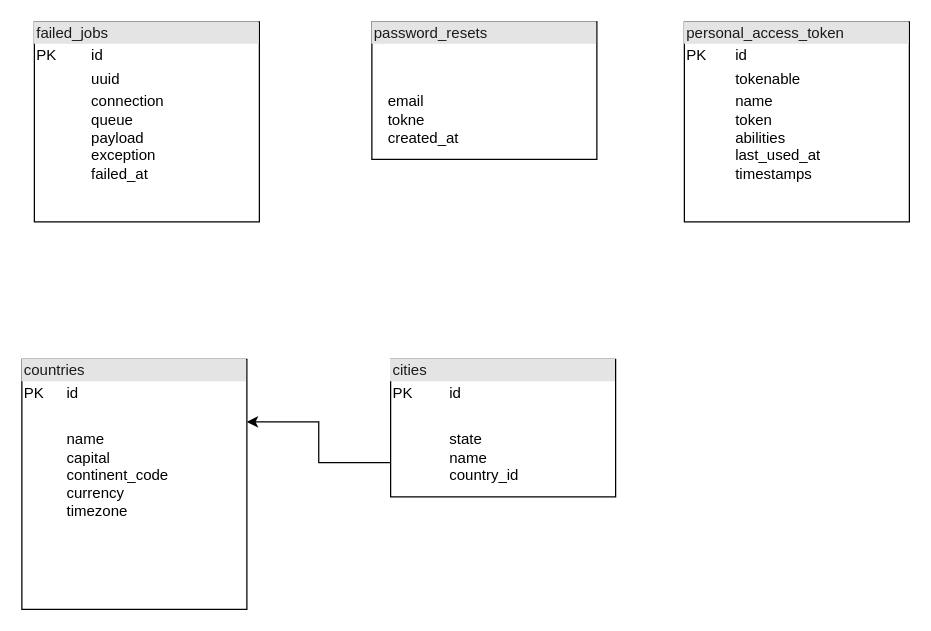
Earlier version of the draw.io diagram page "application" (2 of 5) of diagrams.dio (Mdhesari/devicechi). Source tidied: cells renumbered, new cells numbered last; positions are measured from the earlier drawing's top-left corner, leaving out a move shared by most shapes. Both pictures are drawn from the tidied source at 125%, with x=0, y=0 at pixel (21, 21).
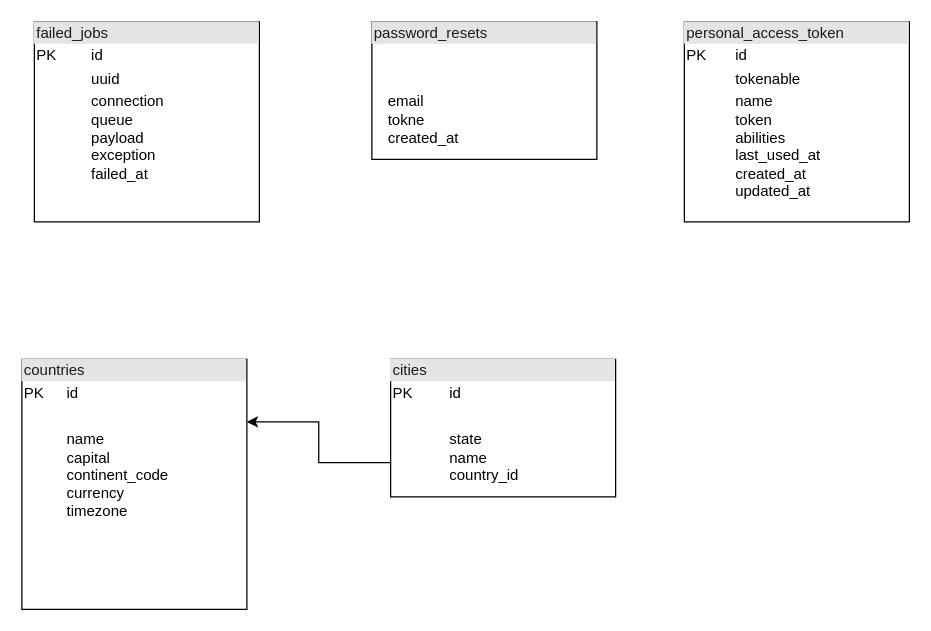
After the change.

What changed in the source:
```diff
@@
 <mxGraphModel>
   <root>
     <mxCell id="0" />
     <mxCell id="1" parent="0" />
     <mxCell id="2" value="&lt;div style=&quot;box-sizing: border-box ; width: 100% ; background: #e4e4e4 ; padding: 2px&quot;&gt;&lt;font color=&quot;#1a1a1a&quot;&gt;failed_jobs&lt;/font&gt;&lt;/div&gt;&lt;table style=&quot;width: 100% ; font-size: 1em&quot; cellpadding=&quot;2&quot; cellspacing=&quot;0&quot;&gt;&lt;tbody&gt;&lt;tr&gt;&lt;td&gt;PK&lt;/td&gt;&lt;td&gt;id&lt;/td&gt;&lt;/tr&gt;&lt;tr&gt;&lt;td&gt;&lt;br&gt;&lt;/td&gt;&lt;td&gt;uuid&lt;/td&gt;&lt;/tr&gt;&lt;tr&gt;&lt;td&gt;&lt;/td&gt;&lt;td&gt;connection&lt;br&gt;queue&lt;br&gt;payload&lt;br&gt;exception&lt;br&gt;failed_at&lt;/td&gt;&lt;/tr&gt;&lt;/tbody&gt;&lt;/table&gt;" style="verticalAlign=top;align=left;overflow=fill;html=1;" parent="1" vertex="1">
       <mxGeometry x="10" width="180" height="160" as="geometry" />
     </mxCell>
     <mxCell id="3" value="&lt;div style=&quot;box-sizing: border-box ; width: 100% ; background: #e4e4e4 ; padding: 2px&quot;&gt;&lt;font color=&quot;#1a1a1a&quot;&gt;password_resets&lt;/font&gt;&lt;/div&gt;&lt;table style=&quot;width: 100% ; font-size: 1em&quot; cellpadding=&quot;2&quot; cellspacing=&quot;0&quot;&gt;&lt;tbody&gt;&lt;tr&gt;&lt;td&gt;&lt;br&gt;&lt;/td&gt;&lt;td&gt;&lt;br&gt;&lt;/td&gt;&lt;/tr&gt;&lt;tr&gt;&lt;td&gt;&lt;br&gt;&lt;/td&gt;&lt;td&gt;&lt;br&gt;&lt;/td&gt;&lt;/tr&gt;&lt;tr&gt;&lt;td&gt;&lt;/td&gt;&lt;td&gt;email&lt;br&gt;tokne&lt;br&gt;created_at&lt;/td&gt;&lt;/tr&gt;&lt;/tbody&gt;&lt;/table&gt;" style="verticalAlign=top;align=left;overflow=fill;html=1;" parent="1" vertex="1">
       <mxGeometry x="280" width="180" height="110" as="geometry" />
     </mxCell>
-    <mxCell id="4" value="&lt;div style=&quot;box-sizing: border-box ; width: 100% ; background: #e4e4e4 ; padding: 2px&quot;&gt;&lt;font color=&quot;#1a1a1a&quot;&gt;personal_access_token&lt;/font&gt;&lt;/div&gt;&lt;table style=&quot;width: 100% ; font-size: 1em&quot; cellpadding=&quot;2&quot; cellspacing=&quot;0&quot;&gt;&lt;tbody&gt;&lt;tr&gt;&lt;td&gt;PK&lt;/td&gt;&lt;td&gt;id&lt;/td&gt;&lt;/tr&gt;&lt;tr&gt;&lt;td&gt;&lt;br&gt;&lt;/td&gt;&lt;td&gt;tokenable&lt;/td&gt;&lt;/tr&gt;&lt;tr&gt;&lt;td&gt;&lt;/td&gt;&lt;td&gt;name&lt;br&gt;token&lt;br&gt;abilities&lt;br&gt;last_used_at&lt;br&gt;timestamps&lt;/td&gt;&lt;/tr&gt;&lt;/tbody&gt;&lt;/table&gt;" style="verticalAlign=top;align=left;overflow=fill;html=1;" parent="1" vertex="1">
+    <mxCell id="4" value="&lt;div style=&quot;box-sizing: border-box ; width: 100% ; background: #e4e4e4 ; padding: 2px&quot;&gt;&lt;font color=&quot;#1a1a1a&quot;&gt;personal_access_token&lt;/font&gt;&lt;/div&gt;&lt;table style=&quot;width: 100% ; font-size: 1em&quot; cellpadding=&quot;2&quot; cellspacing=&quot;0&quot;&gt;&lt;tbody&gt;&lt;tr&gt;&lt;td&gt;PK&lt;/td&gt;&lt;td&gt;id&lt;/td&gt;&lt;/tr&gt;&lt;tr&gt;&lt;td&gt;&lt;br&gt;&lt;/td&gt;&lt;td&gt;tokenable&lt;/td&gt;&lt;/tr&gt;&lt;tr&gt;&lt;td&gt;&lt;/td&gt;&lt;td&gt;name&lt;br&gt;token&lt;br&gt;abilities&lt;br&gt;last_used_at&lt;br&gt;created_at&lt;br&gt;updated_at&lt;/td&gt;&lt;/tr&gt;&lt;/tbody&gt;&lt;/table&gt;" style="verticalAlign=top;align=left;overflow=fill;html=1;" parent="1" vertex="1">
       <mxGeometry x="530" width="180" height="160" as="geometry" />
     </mxCell>
     <mxCell id="5" style="edgeStyle=orthogonalEdgeStyle;rounded=0;jettySize=auto;html=1;exitX=0;exitY=0.75;exitDx=0;exitDy=0;entryX=1;entryY=0.25;entryDx=0;entryDy=0;" parent="1" edge="1" source="6" target="7">
       <mxGeometry relative="1" as="geometry" />
     </mxCell>
     <mxCell id="6" value="&lt;div style=&quot;box-sizing: border-box ; width: 100% ; background: #e4e4e4 ; padding: 2px&quot;&gt;&lt;font color=&quot;#1a1a1a&quot;&gt;cities&lt;/font&gt;&lt;/div&gt;&lt;table style=&quot;width: 100% ; font-size: 1em&quot; cellpadding=&quot;2&quot; cellspacing=&quot;0&quot;&gt;&lt;tbody&gt;&lt;tr&gt;&lt;td&gt;PK&lt;/td&gt;&lt;td&gt;id&lt;/td&gt;&lt;/tr&gt;&lt;tr&gt;&lt;td&gt;&lt;br&gt;&lt;/td&gt;&lt;td&gt;&lt;br&gt;&lt;/td&gt;&lt;/tr&gt;&lt;tr&gt;&lt;td&gt;&lt;/td&gt;&lt;td&gt;state&lt;br&gt;name&lt;br&gt;country_id&lt;/td&gt;&lt;/tr&gt;&lt;/tbody&gt;&lt;/table&gt;" style="verticalAlign=top;align=left;overflow=fill;html=1;" parent="1" vertex="1">
       <mxGeometry x="295" y="270" width="180" height="110" as="geometry" />
     </mxCell>
     <mxCell id="7" value="&lt;div style=&quot;box-sizing: border-box ; width: 100% ; background: #e4e4e4 ; padding: 2px&quot;&gt;&lt;font color=&quot;#1a1a1a&quot;&gt;countries&lt;/font&gt;&lt;/div&gt;&lt;table style=&quot;width: 100% ; font-size: 1em&quot; cellpadding=&quot;2&quot; cellspacing=&quot;0&quot;&gt;&lt;tbody&gt;&lt;tr&gt;&lt;td&gt;PK&lt;/td&gt;&lt;td&gt;id&lt;/td&gt;&lt;/tr&gt;&lt;tr&gt;&lt;td&gt;&lt;br&gt;&lt;/td&gt;&lt;td&gt;&lt;br&gt;&lt;/td&gt;&lt;/tr&gt;&lt;tr&gt;&lt;td&gt;&lt;/td&gt;&lt;td&gt;name&lt;br&gt;capital&lt;br&gt;continent_code&lt;br&gt;currency&lt;br&gt;timezone&lt;br&gt;&lt;/td&gt;&lt;/tr&gt;&lt;/tbody&gt;&lt;/table&gt;" style="verticalAlign=top;align=left;overflow=fill;html=1;" parent="1" vertex="1">
       <mxGeometry y="270" width="180" height="200" as="geometry" />
     </mxCell>
   </root>
 </mxGraphModel>
```
